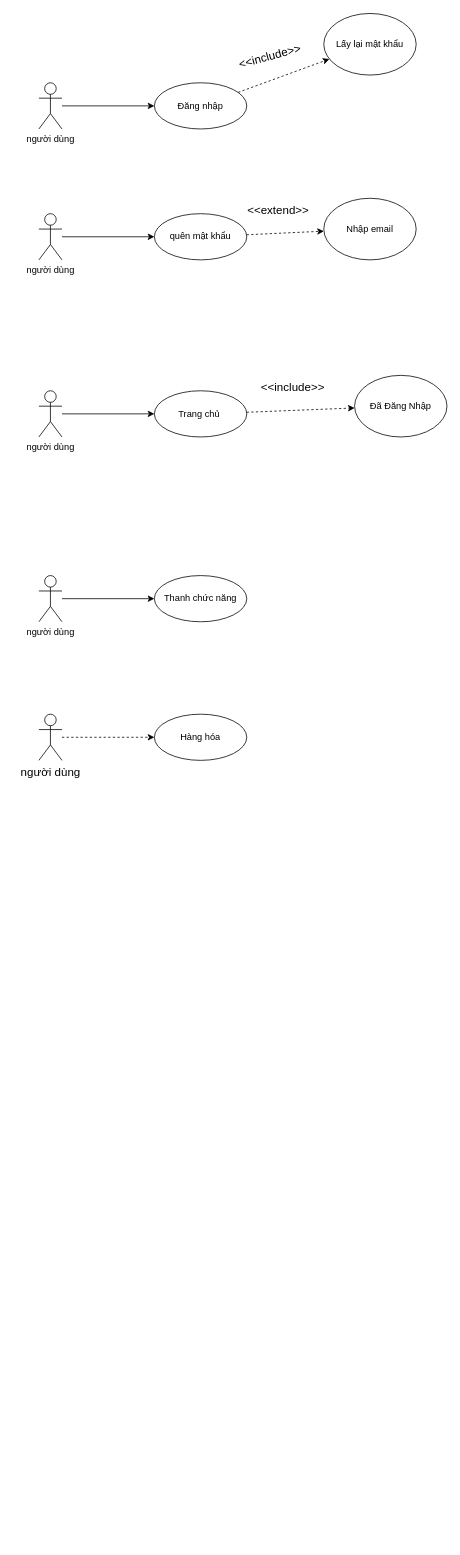
The draw.io diagram use case DA_DD3.drawio in thangld5260/DA_DD3, before the edit. Source tidied: cells renumbered, new cells numbered last; positions are measured from the earlier drawing's top-left corner, leaving out a move shared by most shapes. Both pictures are drawn from the tidied source at 77%, with x=0, y=0 at pixel (38, 13).
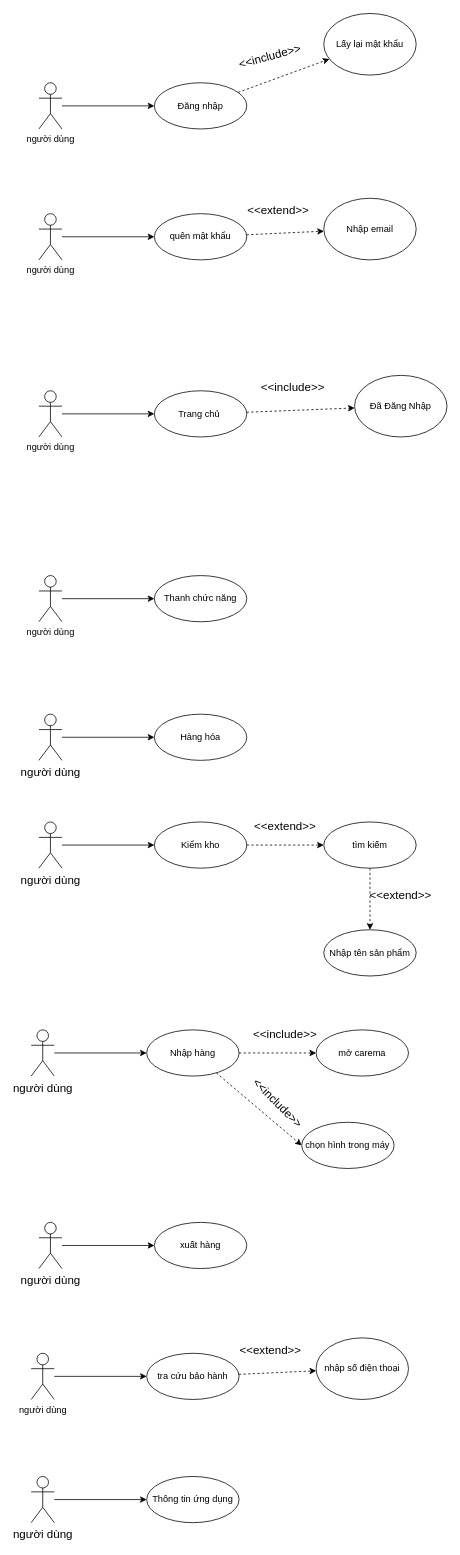
Above is the later version.

The change refers to these unchanged cells:
```xml
<mxCell id="24" value="người dùng" style="shape=umlActor;verticalLabelPosition=bottom;verticalAlign=top;html=1;outlineConnect=0;fontSize=15;" parent="1" vertex="1">
  <mxGeometry y="910" width="30" height="60" as="geometry" />
</mxCell>
<mxCell id="25" value="Hàng hóa" style="ellipse;whiteSpace=wrap;html=1;verticalAlign=middle;align=center;" parent="1" vertex="1">
  <mxGeometry x="150" y="910" width="120" height="60" as="geometry" />
</mxCell>
```

Diff of the diagram source:
```diff
@@
-    <mxCell id="23" style="edgeStyle=none;rounded=0;jettySize=auto;html=1;dashed=1;fontSize=15;" parent="1" edge="1" source="24">
-      <mxGeometry relative="1" as="geometry">
-        <mxPoint x="150" y="940" as="targetPoint" />
-      </mxGeometry>
-    </mxCell>
+    <mxCell id="26" style="edgeStyle=none;rounded=0;jettySize=auto;html=1;entryX=0;entryY=0.5;entryDx=0;entryDy=0;fontSize=15;" parent="1" edge="1" source="24" target="25">
+      <mxGeometry relative="1" as="geometry" />
+    </mxCell>
@@
+    <mxCell id="27" style="edgeStyle=none;rounded=0;jettySize=auto;html=1;entryX=0;entryY=0.5;entryDx=0;entryDy=0;fontSize=15;" parent="1" edge="1" source="28" target="30">
+      <mxGeometry relative="1" as="geometry" />
+    </mxCell>
+    <mxCell id="28" value="người dùng" style="shape=umlActor;verticalLabelPosition=bottom;verticalAlign=top;html=1;outlineConnect=0;fontSize=15;" parent="1" vertex="1">
+      <mxGeometry y="1050" width="30" height="60" as="geometry" />
+    </mxCell>
+    <mxCell id="29" style="edgeStyle=none;rounded=0;jettySize=auto;html=1;dashed=1;fontSize=15;" parent="1" edge="1" source="30" target="32">
+      <mxGeometry relative="1" as="geometry" />
+    </mxCell>
+    <mxCell id="30" value="Kiểm kho" style="ellipse;whiteSpace=wrap;html=1;verticalAlign=middle;align=center;" parent="1" vertex="1">
+      <mxGeometry x="150" y="1050" width="120" height="60" as="geometry" />
+    </mxCell>
+    <mxCell id="31" style="edgeStyle=none;rounded=0;jettySize=auto;html=1;fontSize=15;dashed=1;" parent="1" edge="1" source="32" target="33">
+      <mxGeometry relative="1" as="geometry" />
+    </mxCell>
+    <mxCell id="32" value="tìm kiếm" style="ellipse;whiteSpace=wrap;html=1;verticalAlign=middle;align=center;" parent="1" vertex="1">
+      <mxGeometry x="370" y="1050" width="120" height="60" as="geometry" />
+    </mxCell>
+    <mxCell id="33" value="Nhập tên sản phẩm" style="ellipse;whiteSpace=wrap;html=1;verticalAlign=middle;align=center;" parent="1" vertex="1">
+      <mxGeometry x="370" y="1190" width="120" height="60" as="geometry" />
+    </mxCell>
+    <mxCell id="34" value="&amp;lt;&amp;lt;extend&amp;gt;&amp;gt;" style="text;html=1;strokeColor=none;fillColor=none;align=center;verticalAlign=middle;whiteSpace=wrap;rounded=0;fontSize=15;" parent="1" vertex="1">
+      <mxGeometry x="440" y="1130" width="60" height="30" as="geometry" />
+    </mxCell>
+    <mxCell id="35" value="&amp;lt;&amp;lt;extend&amp;gt;&amp;gt;" style="text;html=1;strokeColor=none;fillColor=none;align=center;verticalAlign=middle;whiteSpace=wrap;rounded=0;fontSize=15;" parent="1" vertex="1">
+      <mxGeometry x="290" y="1040" width="60" height="30" as="geometry" />
+    </mxCell>
+    <mxCell id="36" style="edgeStyle=none;rounded=0;jettySize=auto;html=1;entryX=0;entryY=0.5;entryDx=0;entryDy=0;fontSize=15;" parent="1" edge="1" source="37" target="40">
+      <mxGeometry relative="1" as="geometry" />
+    </mxCell>
+    <mxCell id="37" value="người dùng" style="shape=umlActor;verticalLabelPosition=bottom;verticalAlign=top;html=1;outlineConnect=0;fontSize=15;" parent="1" vertex="1">
+      <mxGeometry x="-10" y="1320" width="30" height="60" as="geometry" />
+    </mxCell>
+    <mxCell id="38" style="edgeStyle=none;rounded=0;jettySize=auto;html=1;dashed=1;fontSize=15;" parent="1" edge="1" source="40" target="41">
+      <mxGeometry relative="1" as="geometry" />
+    </mxCell>
+    <mxCell id="39" style="edgeStyle=none;rounded=0;jettySize=auto;html=1;entryX=0;entryY=0.5;entryDx=0;entryDy=0;dashed=1;fontSize=15;" parent="1" edge="1" source="40" target="42">
+      <mxGeometry relative="1" as="geometry" />
+    </mxCell>
+    <mxCell id="40" value="Nhập hàng" style="ellipse;whiteSpace=wrap;html=1;verticalAlign=middle;align=center;" parent="1" vertex="1">
+      <mxGeometry x="140" y="1320" width="120" height="60" as="geometry" />
+    </mxCell>
+    <mxCell id="41" value="mở carema" style="ellipse;whiteSpace=wrap;html=1;verticalAlign=middle;align=center;" parent="1" vertex="1">
+      <mxGeometry x="360" y="1320" width="120" height="60" as="geometry" />
+    </mxCell>
+    <mxCell id="42" value="chọn hình trong máy" style="ellipse;whiteSpace=wrap;html=1;verticalAlign=middle;align=center;" parent="1" vertex="1">
+      <mxGeometry x="341.3" y="1440" width="120" height="60" as="geometry" />
+    </mxCell>
+    <mxCell id="43" value="&amp;lt;&amp;lt;include&amp;gt;&amp;gt;" style="text;html=1;strokeColor=none;fillColor=none;align=center;verticalAlign=middle;whiteSpace=wrap;rounded=0;fontSize=15;rotation=0;" parent="1" vertex="1">
+      <mxGeometry x="290" y="1310" width="60" height="30" as="geometry" />
+    </mxCell>
+    <mxCell id="44" value="&amp;lt;&amp;lt;include&amp;gt;&amp;gt;" style="text;html=1;strokeColor=none;fillColor=none;align=center;verticalAlign=middle;whiteSpace=wrap;rounded=0;fontSize=15;rotation=45;" parent="1" vertex="1">
+      <mxGeometry x="281.3" y="1400" width="60" height="30" as="geometry" />
+    </mxCell>
+    <mxCell id="45" style="edgeStyle=none;rounded=0;jettySize=auto;html=1;entryX=0;entryY=0.5;entryDx=0;entryDy=0;fontSize=15;" parent="1" edge="1" source="46" target="47">
+      <mxGeometry relative="1" as="geometry" />
+    </mxCell>
+    <mxCell id="46" value="người dùng" style="shape=umlActor;verticalLabelPosition=bottom;verticalAlign=top;html=1;outlineConnect=0;fontSize=15;" parent="1" vertex="1">
+      <mxGeometry y="1570" width="30" height="60" as="geometry" />
+    </mxCell>
+    <mxCell id="47" value="xuất hàng" style="ellipse;whiteSpace=wrap;html=1;verticalAlign=middle;align=center;" parent="1" vertex="1">
+      <mxGeometry x="150" y="1570" width="120" height="60" as="geometry" />
+    </mxCell>
+    <mxCell id="48" style="rounded=0;jettySize=auto;html=1;" parent="1" edge="1" source="49" target="51">
+      <mxGeometry relative="1" as="geometry" />
+    </mxCell>
+    <mxCell id="49" value="người dùng" style="shape=umlActor;verticalLabelPosition=bottom;verticalAlign=top;html=1;outlineConnect=0;" parent="1" vertex="1">
+      <mxGeometry x="-10" y="1740" width="30" height="60" as="geometry" />
+    </mxCell>
+    <mxCell id="50" style="edgeStyle=none;rounded=0;jettySize=auto;html=1;dashed=1;fontSize=15;" parent="1" edge="1" source="51" target="52">
+      <mxGeometry relative="1" as="geometry" />
+    </mxCell>
+    <mxCell id="51" value="tra cứu bảo hành" style="ellipse;whiteSpace=wrap;html=1;verticalAlign=middle;align=center;" parent="1" vertex="1">
+      <mxGeometry x="140" y="1740" width="120" height="60" as="geometry" />
+    </mxCell>
+    <mxCell id="52" value="nhập số điện thoại" style="ellipse;whiteSpace=wrap;html=1;" parent="1" vertex="1">
+      <mxGeometry x="360" y="1720" width="120" height="80" as="geometry" />
+    </mxCell>
+    <mxCell id="53" value="&amp;lt;&amp;lt;extend&amp;gt;&amp;gt;" style="text;html=1;strokeColor=none;fillColor=none;align=center;verticalAlign=middle;whiteSpace=wrap;rounded=0;fontSize=15;rotation=0;" parent="1" vertex="1">
+      <mxGeometry x="271.3" y="1720" width="60" height="30" as="geometry" />
+    </mxCell>
+    <mxCell id="54" style="edgeStyle=none;rounded=0;jettySize=auto;html=1;entryX=0;entryY=0.5;entryDx=0;entryDy=0;fontSize=15;" parent="1" edge="1" source="55" target="56">
+      <mxGeometry relative="1" as="geometry" />
+    </mxCell>
+    <mxCell id="55" value="người dùng" style="shape=umlActor;verticalLabelPosition=bottom;verticalAlign=top;html=1;outlineConnect=0;fontSize=15;" parent="1" vertex="1">
+      <mxGeometry x="-10" y="1900" width="30" height="60" as="geometry" />
+    </mxCell>
+    <mxCell id="56" value="Thông tin ứng dụng" style="ellipse;whiteSpace=wrap;html=1;verticalAlign=middle;align=center;" parent="1" vertex="1">
+      <mxGeometry x="140" y="1900" width="120" height="60" as="geometry" />
+    </mxCell>
```
